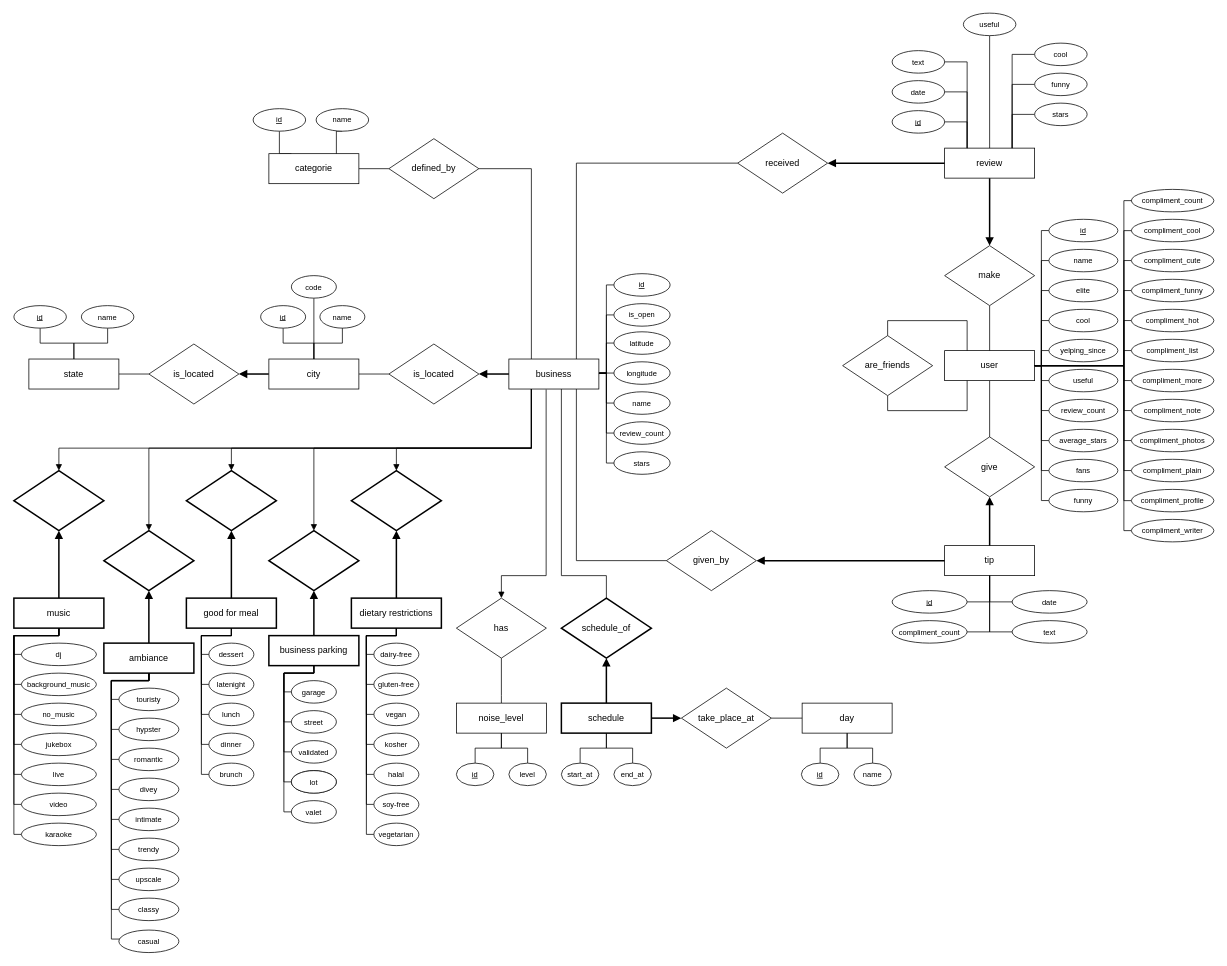
Before: schema.drawio in Ph0tonic/Intro2DataBase, a draw.io diagram. Source tidied: cells renumbered, new cells numbered last; positions are measured from the earlier drawing's top-left corner, leaving out a move shared by most shapes. Both pictures are drawn from the tidied source at 75%, with x=0, y=0 at pixel (14, 13).
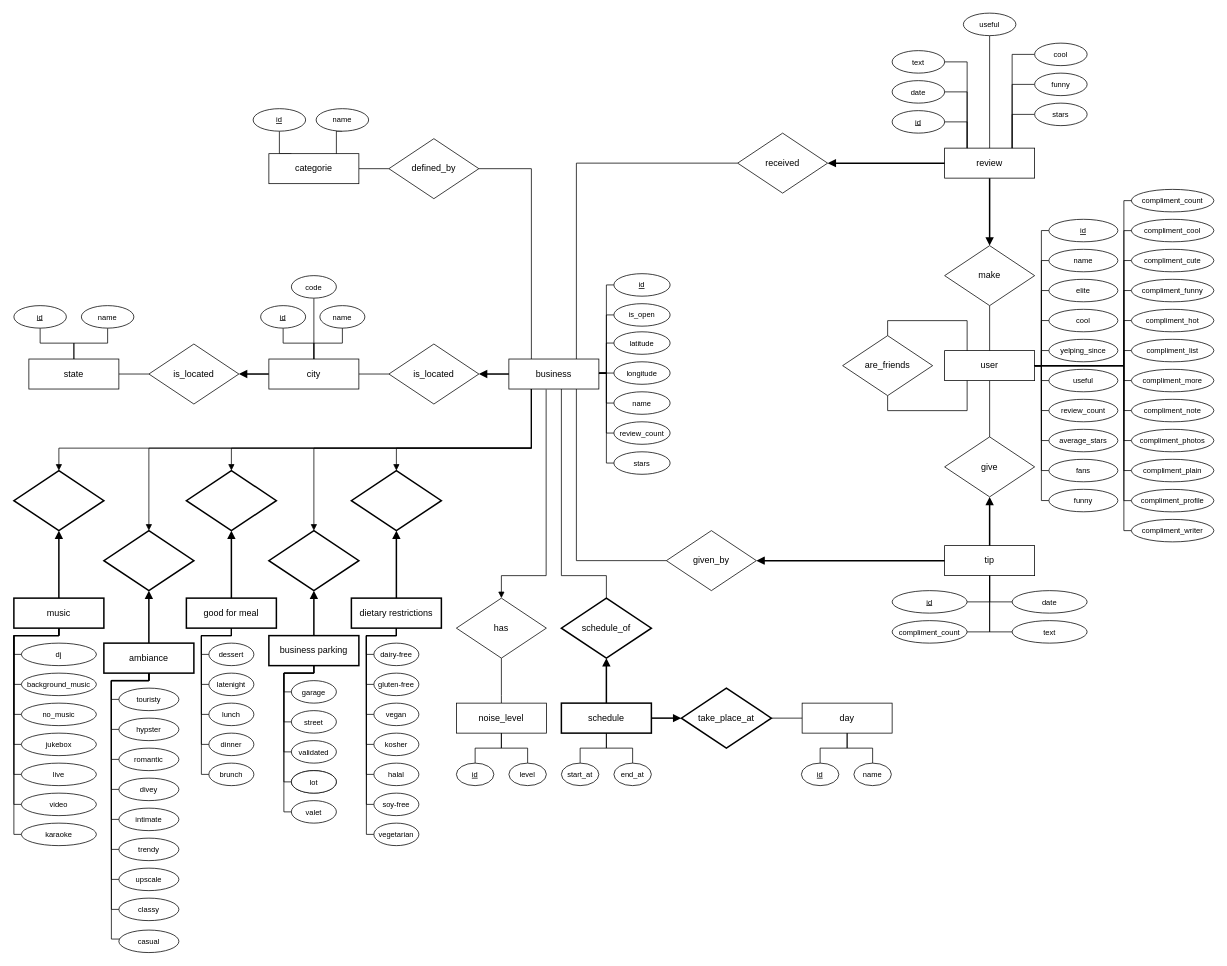
The same diagram, later.

Commit message:
schema a bit changed

Change to the diagram source:
```diff
@@
-    <mxCell id="233" value="take_place_at" style="rhombus;whiteSpace=wrap;html=1;" parent="1" vertex="1">
+    <mxCell id="233" value="take_place_at" style="rhombus;whiteSpace=wrap;html=1;strokeWidth=2;" parent="1" vertex="1">
       <mxGeometry x="890" y="900" width="120" height="80" as="geometry" />
     </mxCell>
```
